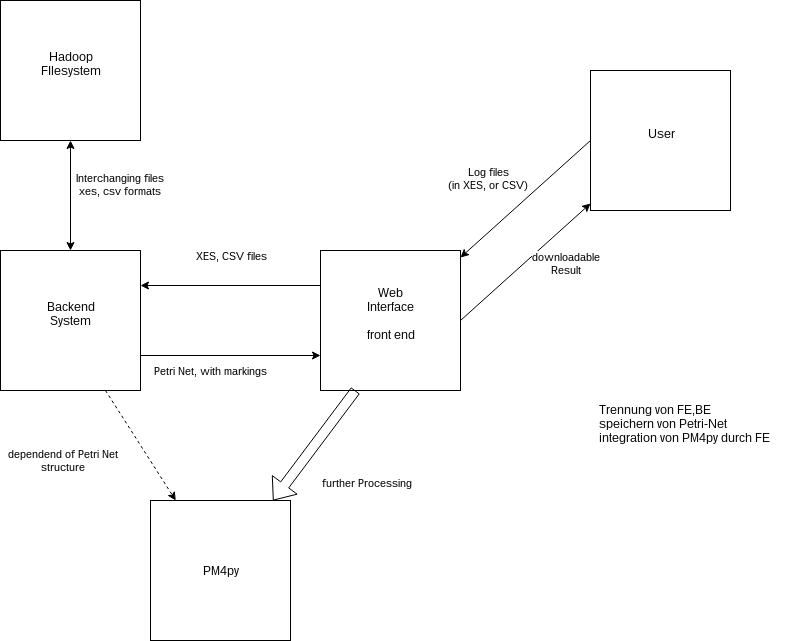
Before: Documentation/HighLevelDesign.png, a diagram exported from draw.io (xianganc/PraktikumProcessMining). Source tidied: cells renumbered, new cells last; positions are measured from the earlier drawing's top-left corner, leaving out a move shared by most shapes.
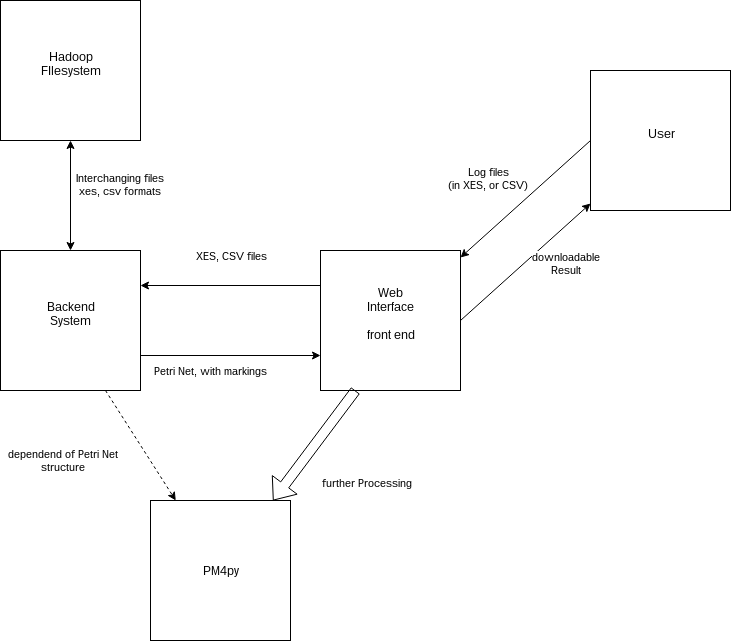
The same file after the commit.

What changed in the source:
```diff
@@ -37,9 +37,6 @@
     <mxCell id="12" value="downloadable&lt;br&gt;Result&lt;br&gt;" style="endArrow=classic;html=1;exitX=1;exitY=0.5;exitDx=0;exitDy=0;" parent="1" edge="1" source="4" target="9">
       <mxGeometry x="0.33" y="-28" relative="1" as="geometry" />
     </mxCell>
-    <mxCell id="13" value="Trennung von FE,BE&lt;br&gt;speichern von Petri-Net&lt;br&gt;integration von PM4py durch FE&lt;br&gt;" style="text;html=1;align=left;verticalAlign=top;spacingTop=-4;" parent="1" vertex="1">
-      <mxGeometry x="597" y="400" width="190" height="40" as="geometry" />
-    </mxCell>
     <mxCell id="14" value="dependend of Petri Net&lt;br&gt;structure&lt;br&gt;" style="endArrow=classic;html=1;dashed=1;exitX=0.75;exitY=1;exitDx=0;exitDy=0;" parent="1" edge="1" source="5" target="3">
       <mxGeometry x="-0.45" y="-73" relative="1" as="geometry" />
     </mxCell>
```
